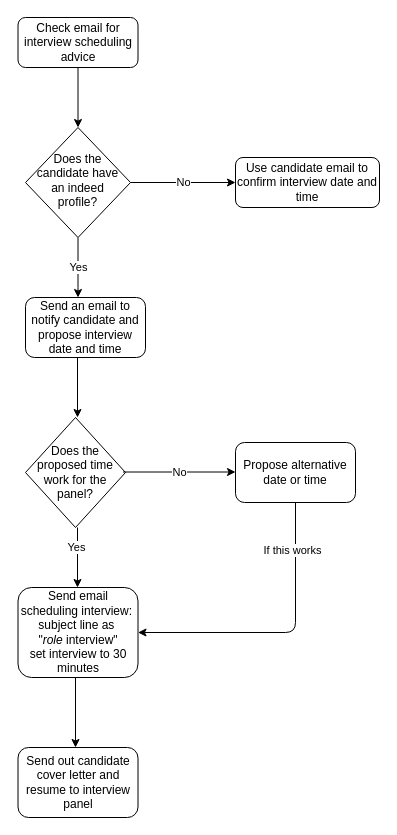
MatzKing/share-course keeps this draw.io diagram as Untitled Diagram.drawio. Above is the earlier version. Source tidied: cells renumbered, new cells numbered last; positions are measured from the earlier drawing's top-left corner, leaving out a move shared by most shapes. Both pictures are drawn from the tidied source at 100%, with x=0, y=0 at pixel (17, 17).
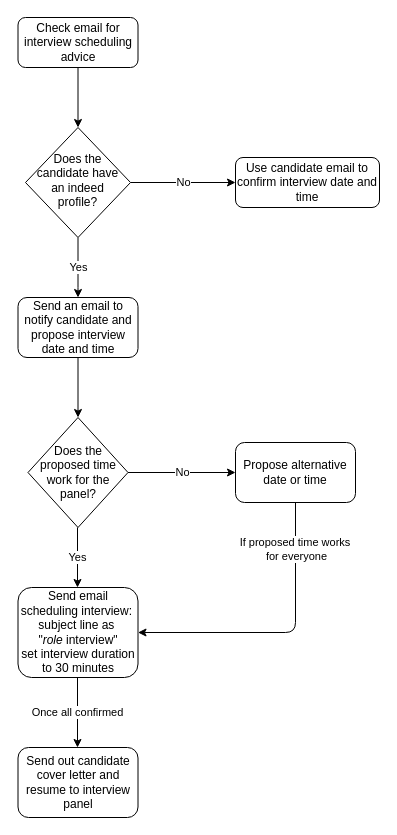
The same page after the edit.

The change refers to these unchanged cells:
```xml
<mxCell id="15" value="Propose alternative date or time" style="rounded=1;whiteSpace=wrap;html=1;" parent="1" vertex="1">
  <mxGeometry x="218" y="425" width="120" height="60" as="geometry" />
</mxCell>
<mxCell id="18" style="endArrow=classic;html=1;entryX=1;entryY=0.5;entryDx=0;entryDy=0;" parent="1" edge="1" source="15" target="14">
  <mxGeometry relative="1" as="geometry">
    <Array as="points">
      <mxPoint x="278" y="615" />
    </Array>
  </mxGeometry>
</mxCell>
```

Change to the diagram source:
```diff
@@
     <mxCell id="8" value="Send an email to notify candidate and propose interview date and time" style="rounded=1;whiteSpace=wrap;html=1;" parent="1" vertex="1">
-      <mxGeometry x="8" y="280" width="120" height="60" as="geometry" />
+      <mxGeometry x="0.5" y="280" width="120" height="60" as="geometry" />
     </mxCell>
-    <mxCell id="9" style="endArrow=classic;html=1;" parent="1" edge="1">
-      <mxGeometry relative="1" as="geometry">
-        <mxPoint x="60" y="340" as="sourcePoint" />
-        <mxPoint x="60" y="400" as="targetPoint" />
-      </mxGeometry>
-    </mxCell>
+    <mxCell id="11" value="No" style="edgeStyle=orthogonalEdgeStyle;rounded=0;jettySize=auto;html=1;" parent="1" edge="1" source="10" target="15">
+      <mxGeometry relative="1" as="geometry" />
+    </mxCell>
     <mxCell id="10" value="Does the proposed time work for the panel?" style="rhombus;whiteSpace=wrap;html=1;" parent="1" vertex="1">
-      <mxGeometry x="8" y="400" width="100" height="110" as="geometry" />
+      <mxGeometry x="10.5" y="400" width="100" height="110" as="geometry" />
     </mxCell>
-    <mxCell id="11" value="No" style="endArrow=classic;html=1;" parent="1" edge="1">
-      <mxGeometry relative="1" as="geometry">
-        <mxPoint x="105.5" y="454.5" as="sourcePoint" />
-        <mxPoint x="218" y="454.5" as="targetPoint" />
-      </mxGeometry>
-    </mxCell>
-    <mxCell id="12" style="endArrow=classic;html=1;" parent="1" edge="1">
+    <mxCell id="12" value="Yes" style="endArrow=classic;html=1;" parent="1" edge="1">
       <mxGeometry relative="1" as="geometry">
         <mxPoint x="60" y="510" as="sourcePoint" />
         <mxPoint x="60" y="570" as="targetPoint" />
       </mxGeometry>
     </mxCell>
-    <mxCell id="13" value="Yes" style="edgeLabel;html=1;align=center;verticalAlign=middle;" parent="12" vertex="1">
-      <mxGeometry x="-0.38" y="-2" relative="1" as="geometry" />
-    </mxCell>
-    <mxCell id="14" value="Send email scheduling interview:&amp;nbsp;&lt;br&gt;subject line as&amp;nbsp;&lt;br&gt;&amp;nbsp;&quot;&lt;i&gt;role&lt;/i&gt; interview&quot;&amp;nbsp;&lt;br&gt;set interview to 30 minutes" style="rounded=1;whiteSpace=wrap;html=1;" parent="1" vertex="1">
+    <mxCell id="14" value="Send email scheduling interview:&amp;nbsp;&lt;br&gt;subject line as&amp;nbsp;&lt;br&gt;&amp;nbsp;&quot;&lt;i&gt;role&lt;/i&gt; interview&quot;&amp;nbsp;&lt;br&gt;set interview duration to 30 minutes" style="rounded=1;whiteSpace=wrap;html=1;" parent="1" vertex="1">
       <mxGeometry x="0.5" y="570" width="120" height="90" as="geometry" />
     </mxCell>
@@
-    <mxCell id="16" style="endArrow=classic;html=1;" parent="1" edge="1">
+    <mxCell id="16" value="Once all confirmed" style="endArrow=classic;html=1;" parent="1" edge="1">
       <mxGeometry relative="1" as="geometry">
-        <mxPoint x="58" y="660" as="sourcePoint" />
-        <mxPoint x="58" y="730" as="targetPoint" />
+        <mxPoint x="60" y="660" as="sourcePoint" />
+        <mxPoint x="60" y="730" as="targetPoint" />
       </mxGeometry>
     </mxCell>
@@
-    <mxCell id="19" value="If this works" style="edgeLabel;html=1;align=center;verticalAlign=middle;" parent="18" vertex="1">
-      <mxGeometry x="-0.67" y="-4" relative="1" as="geometry" />
-    </mxCell>
+    <mxCell id="20" value="If proposed time works&amp;nbsp;&lt;br&gt;for everyone" style="edgeLabel;html=1;align=center;verticalAlign=middle;" parent="18" vertex="1">
+      <mxGeometry x="-0.68" relative="1" as="geometry" />
+    </mxCell>
+    <mxCell id="21" style="endArrow=classic;html=1;entryX=0.5;entryY=0;entryDx=0;entryDy=0;" parent="1" edge="1" target="10">
+      <mxGeometry relative="1" as="geometry">
+        <mxPoint x="60.5" y="340" as="sourcePoint" />
+      </mxGeometry>
+    </mxCell>
```
